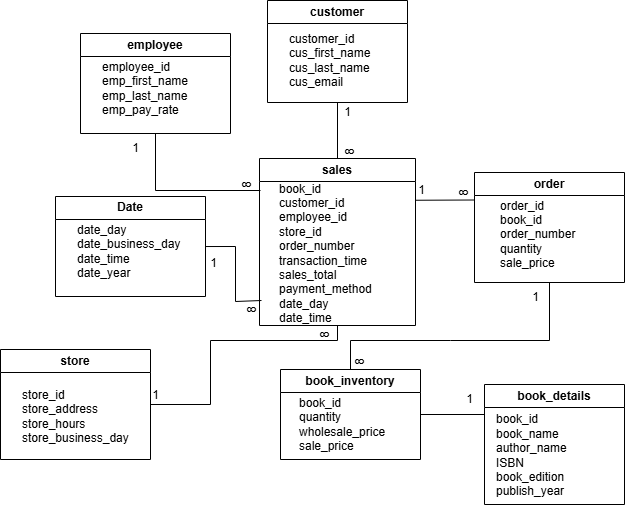
This is 02_activities/assignments/Assignmet2Promt2.png from ssadat92/sql, a draw.io export, as it was before one commit. Source tidied: cells renumbered, new cells last; positions are measured from the earlier drawing's top-left corner, leaving out a move shared by most shapes. Its diagram source:
```xml
<mxGraphModel>
  <root>
    <mxCell id="0" />
    <mxCell id="1" parent="0" />
    <mxCell id="2" value="employee" style="swimlane;whiteSpace=wrap;html=1;" parent="1" vertex="1">
      <mxGeometry x="80" y="33" width="150" height="100" as="geometry" />
    </mxCell>
    <mxCell id="3" value="employee_id&lt;br&gt;&lt;div&gt;emp_first_name&lt;/div&gt;&lt;div&gt;emp_last_name&lt;/div&gt;&lt;div&gt;emp_pay_rate&lt;/div&gt;" style="text;html=1;align=left;verticalAlign=middle;strokeColor=none;fillColor=none;" parent="2" vertex="1">
      <mxGeometry x="20" y="20" width="110" height="70" as="geometry" />
    </mxCell>
    <mxCell id="4" value="book_inventory" style="swimlane;whiteSpace=wrap;html=1;" parent="1" vertex="1">
      <mxGeometry x="280" y="369" width="140" height="90" as="geometry" />
    </mxCell>
    <mxCell id="5" value="book_id&lt;br&gt;&lt;div&gt;quantity&lt;/div&gt;&lt;div&gt;wholesale_price&lt;/div&gt;&lt;div&gt;sale_price&lt;/div&gt;" style="text;html=1;align=left;verticalAlign=middle;strokeColor=none;fillColor=none;" parent="4" vertex="1">
      <mxGeometry x="17" y="20" width="110" height="70" as="geometry" />
    </mxCell>
    <mxCell id="6" value="customer" style="swimlane;whiteSpace=wrap;html=1;" parent="1" vertex="1">
      <mxGeometry x="267" width="140" height="102" as="geometry" />
    </mxCell>
    <mxCell id="7" value="customer_id&lt;br&gt;&lt;div&gt;cus_first_name&lt;/div&gt;&lt;div&gt;cus_last_name&lt;/div&gt;&lt;div&gt;cus_email&lt;/div&gt;" style="text;html=1;align=left;verticalAlign=middle;strokeColor=none;fillColor=none;" parent="6" vertex="1">
      <mxGeometry x="20" y="25" width="100" height="70" as="geometry" />
    </mxCell>
    <mxCell id="8" value="sales" style="swimlane;whiteSpace=wrap;html=1;" parent="1" vertex="1">
      <mxGeometry x="259" y="158" width="156" height="167" as="geometry" />
    </mxCell>
    <mxCell id="9" value="book_id&lt;div&gt;customer_id&lt;/div&gt;&lt;div&gt;employee_id&lt;/div&gt;&lt;div&gt;store_id&lt;/div&gt;&lt;div&gt;order_number&lt;/div&gt;&lt;div&gt;transaction_time&lt;/div&gt;&lt;div&gt;sales_total&lt;/div&gt;&lt;div&gt;payment_method&lt;/div&gt;&lt;div&gt;date_day&lt;/div&gt;&lt;div&gt;date_time&lt;/div&gt;" style="text;html=1;align=left;verticalAlign=middle;strokeColor=none;fillColor=none;" parent="8" vertex="1">
      <mxGeometry x="18" y="15" width="120" height="160" as="geometry" />
    </mxCell>
    <mxCell id="10" value="order" style="swimlane;whiteSpace=wrap;html=1;" parent="1" vertex="1">
      <mxGeometry x="474" y="172" width="150" height="110" as="geometry" />
    </mxCell>
    <mxCell id="11" value="order_id&lt;div&gt;book_id&lt;/div&gt;&lt;div&gt;order_number&lt;/div&gt;&lt;div&gt;quantity&lt;/div&gt;&lt;div&gt;sale_price&lt;/div&gt;" style="text;html=1;align=left;verticalAlign=middle;strokeColor=none;fillColor=none;" parent="10" vertex="1">
      <mxGeometry x="24" y="17" width="100" height="90" as="geometry" />
    </mxCell>
    <mxCell id="12" value="book_details" style="swimlane;whiteSpace=wrap;html=1;" parent="1" vertex="1">
      <mxGeometry x="484" y="384" width="140" height="120" as="geometry" />
    </mxCell>
    <mxCell id="13" value="book_id&lt;br&gt;&lt;div&gt;book_name&lt;/div&gt;&lt;div&gt;author_name&lt;/div&gt;&lt;div&gt;ISBN&lt;/div&gt;&lt;div&gt;book_edition&lt;/div&gt;&lt;div&gt;publish_year&lt;/div&gt;" style="text;html=1;align=left;verticalAlign=middle;strokeColor=none;fillColor=none;" parent="12" vertex="1">
      <mxGeometry x="10" y="21" width="90" height="100" as="geometry" />
    </mxCell>
    <mxCell id="14" style="endArrow=none;html=1;rounded=0;exitX=1;exitY=0.5;exitDx=0;exitDy=0;entryX=0;entryY=0.25;entryDx=0;entryDy=0;" parent="1" edge="1" source="4" target="12">
      <mxGeometry relative="1" as="geometry" />
    </mxCell>
    <mxCell id="15" style="endArrow=none;html=1;rounded=0;entryX=0;entryY=0.25;entryDx=0;entryDy=0;exitX=1;exitY=0.25;exitDx=0;exitDy=0;" parent="1" edge="1" source="8" target="10">
      <mxGeometry relative="1" as="geometry" />
    </mxCell>
    <mxCell id="16" style="endArrow=none;html=1;rounded=0;exitX=0.5;exitY=0;exitDx=0;exitDy=0;entryX=0.5;entryY=1;entryDx=0;entryDy=0;" parent="1" edge="1" source="4" target="10">
      <mxGeometry relative="1" as="geometry">
        <Array as="points">
          <mxPoint x="350" y="340" />
          <mxPoint x="450" y="340" />
          <mxPoint x="549" y="340" />
        </Array>
      </mxGeometry>
    </mxCell>
    <mxCell id="17" value="store" style="swimlane;whiteSpace=wrap;html=1;" parent="1" vertex="1">
      <mxGeometry y="349" width="150" height="110" as="geometry" />
    </mxCell>
    <mxCell id="18" value="store_id&lt;br&gt;&lt;div&gt;store_address&lt;/div&gt;&lt;div&gt;store_hours&lt;/div&gt;&lt;div&gt;store_business_day&lt;/div&gt;" style="text;html=1;align=left;verticalAlign=middle;strokeColor=none;fillColor=none;" parent="17" vertex="1">
      <mxGeometry x="20" y="32" width="130" height="70" as="geometry" />
    </mxCell>
    <mxCell id="19" value="Date" style="swimlane;whiteSpace=wrap;html=1;" parent="1" vertex="1">
      <mxGeometry x="55" y="196" width="150" height="100" as="geometry" />
    </mxCell>
    <mxCell id="20" value="date_day&lt;div&gt;date_business_day&lt;/div&gt;&lt;div&gt;date_time&lt;/div&gt;&lt;div&gt;date_year&lt;/div&gt;" style="text;html=1;align=left;verticalAlign=middle;points=[];strokeColor=none;fillColor=none;" parent="19" vertex="1">
      <mxGeometry x="20" y="20" width="130" height="70" as="geometry" />
    </mxCell>
    <mxCell id="21" style="endArrow=none;html=1;rounded=0;exitX=1;exitY=0.429;exitDx=0;exitDy=0;exitPerimeter=0;entryX=0;entryY=0.5;entryDx=0;entryDy=0;" parent="1" edge="1" source="20">
      <mxGeometry relative="1" as="geometry">
        <mxPoint x="261" y="300" as="targetPoint" />
        <Array as="points">
          <mxPoint x="235" y="246" />
          <mxPoint x="235" y="301" />
        </Array>
      </mxGeometry>
    </mxCell>
    <mxCell id="22" style="endArrow=none;html=1;rounded=0;entryX=0.5;entryY=1;entryDx=0;entryDy=0;exitX=0.5;exitY=0;exitDx=0;exitDy=0;" parent="1" edge="1" source="8" target="6">
      <mxGeometry relative="1" as="geometry" />
    </mxCell>
    <mxCell id="23" value="1" style="text;html=1;align=center;verticalAlign=middle;strokeColor=none;fillColor=none;" parent="1" vertex="1">
      <mxGeometry x="120" y="133" width="30" height="30" as="geometry" />
    </mxCell>
    <mxCell id="24" style="endArrow=none;html=1;rounded=0;exitX=1;exitY=0.5;exitDx=0;exitDy=0;entryX=0.5;entryY=1;entryDx=0;entryDy=0;" parent="1" edge="1" source="17" target="8">
      <mxGeometry relative="1" as="geometry">
        <Array as="points">
          <mxPoint x="210" y="404" />
          <mxPoint x="210" y="340" />
          <mxPoint x="337" y="340" />
        </Array>
      </mxGeometry>
    </mxCell>
    <mxCell id="25" value="1" style="text;html=1;align=center;verticalAlign=middle;strokeColor=none;fillColor=none;" parent="1" vertex="1">
      <mxGeometry x="140" y="380" width="30" height="30" as="geometry" />
    </mxCell>
    <mxCell id="26" value="1" style="text;html=1;align=center;verticalAlign=middle;strokeColor=none;fillColor=none;" parent="1" vertex="1">
      <mxGeometry x="332" y="97" width="30" height="30" as="geometry" />
    </mxCell>
    <mxCell id="27" value="1" style="text;html=1;align=center;verticalAlign=middle;strokeColor=none;fillColor=none;" parent="1" vertex="1">
      <mxGeometry x="454" y="384" width="30" height="30" as="geometry" />
    </mxCell>
    <mxCell id="28" value="1" style="text;html=1;align=center;verticalAlign=middle;strokeColor=none;fillColor=none;" parent="1" vertex="1">
      <mxGeometry x="406" y="175" width="30" height="30" as="geometry" />
    </mxCell>
    <mxCell id="29" value="1" style="text;html=1;align=center;verticalAlign=middle;strokeColor=none;fillColor=none;" parent="1" vertex="1">
      <mxGeometry x="198" y="248" width="30" height="30" as="geometry" />
    </mxCell>
    <mxCell id="30" value="1" style="text;html=1;align=center;verticalAlign=middle;strokeColor=none;fillColor=none;" parent="1" vertex="1">
      <mxGeometry x="520" y="282" width="30" height="30" as="geometry" />
    </mxCell>
    <mxCell id="31" value="8" style="text;html=1;align=center;verticalAlign=middle;strokeColor=none;fillColor=none;rotation=-90;" parent="1" vertex="1">
      <mxGeometry x="345" y="347" width="30" height="30" as="geometry" />
    </mxCell>
    <mxCell id="32" value="8" style="text;html=1;align=center;verticalAlign=middle;strokeColor=none;fillColor=none;rotation=-90;" parent="1" vertex="1">
      <mxGeometry x="310" y="320" width="30" height="30" as="geometry" />
    </mxCell>
    <mxCell id="33" value="8" style="text;html=1;align=center;verticalAlign=middle;strokeColor=none;fillColor=none;rotation=-90;" parent="1" vertex="1">
      <mxGeometry x="449" y="178" width="30" height="30" as="geometry" />
    </mxCell>
    <mxCell id="34" value="8" style="text;html=1;align=center;verticalAlign=middle;strokeColor=none;fillColor=none;rotation=-90;" parent="1" vertex="1">
      <mxGeometry x="335" y="137" width="30" height="30" as="geometry" />
    </mxCell>
    <mxCell id="35" value="8" style="text;html=1;align=center;verticalAlign=middle;strokeColor=none;fillColor=none;rotation=-90;" parent="1" vertex="1">
      <mxGeometry x="232" y="170" width="30" height="30" as="geometry" />
    </mxCell>
    <mxCell id="36" value="8" style="text;html=1;align=center;verticalAlign=middle;points=[];strokeColor=none;fillColor=none;rotation=-90;" parent="1" vertex="1">
      <mxGeometry x="237" y="295" width="30" height="30" as="geometry" />
    </mxCell>
    <mxCell id="37" style="endArrow=none;html=1;rounded=0;entryX=0.5;entryY=1;entryDx=0;entryDy=0;" parent="1" edge="1" target="2">
      <mxGeometry relative="1" as="geometry">
        <mxPoint x="260" y="190" as="sourcePoint" />
        <Array as="points">
          <mxPoint x="155" y="190" />
        </Array>
      </mxGeometry>
    </mxCell>
  </root>
</mxGraphModel>
```
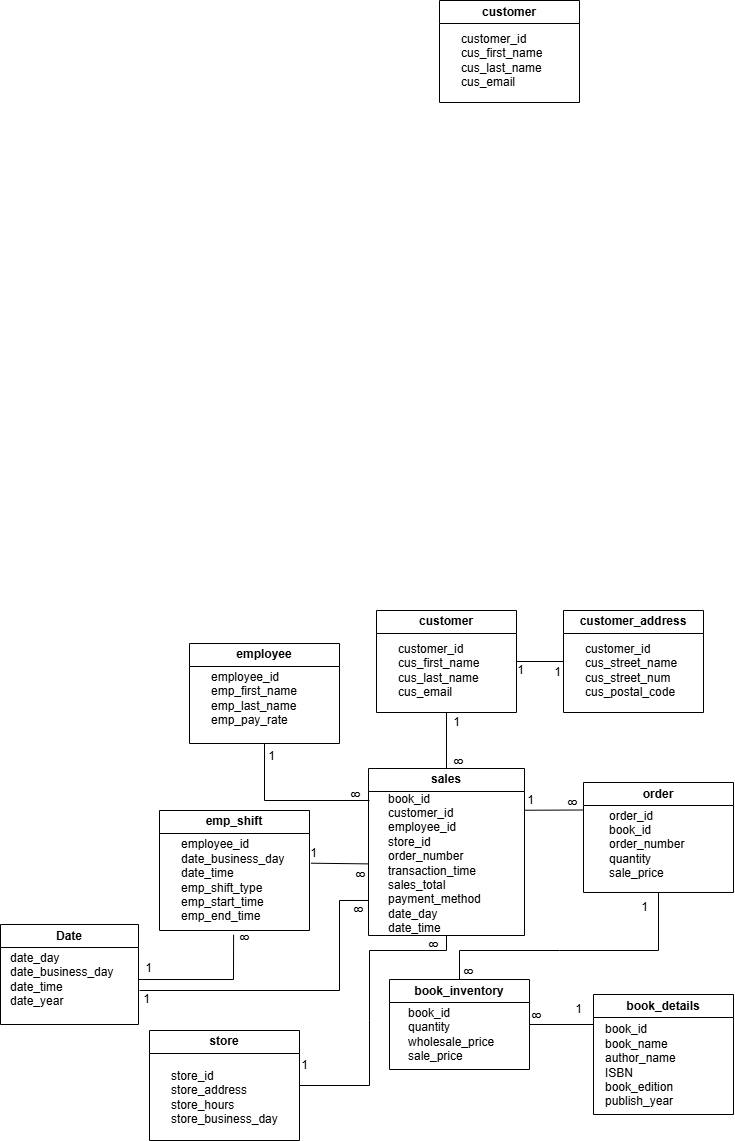
After the change.

Diff of the diagram source:
```diff
@@ -54,43 +54,35 @@
       </mxGeometry>
     </mxCell>
     <mxCell id="17" value="store" style="swimlane;whiteSpace=wrap;html=1;" parent="1" vertex="1">
-      <mxGeometry y="349" width="150" height="110" as="geometry" />
+      <mxGeometry x="40" y="420" width="150" height="110" as="geometry" />
     </mxCell>
     <mxCell id="18" value="store_id&lt;br&gt;&lt;div&gt;store_address&lt;/div&gt;&lt;div&gt;store_hours&lt;/div&gt;&lt;div&gt;store_business_day&lt;/div&gt;" style="text;html=1;align=left;verticalAlign=middle;strokeColor=none;fillColor=none;" parent="17" vertex="1">
       <mxGeometry x="20" y="32" width="130" height="70" as="geometry" />
     </mxCell>
     <mxCell id="19" value="Date" style="swimlane;whiteSpace=wrap;html=1;" parent="1" vertex="1">
-      <mxGeometry x="55" y="196" width="150" height="100" as="geometry" />
+      <mxGeometry x="-109" y="314" width="138" height="100" as="geometry" />
     </mxCell>
     <mxCell id="20" value="date_day&lt;div&gt;date_business_day&lt;/div&gt;&lt;div&gt;date_time&lt;/div&gt;&lt;div&gt;date_year&lt;/div&gt;" style="text;html=1;align=left;verticalAlign=middle;points=[];strokeColor=none;fillColor=none;" parent="19" vertex="1">
-      <mxGeometry x="20" y="20" width="130" height="70" as="geometry" />
+      <mxGeometry x="8" y="20" width="130" height="70" as="geometry" />
     </mxCell>
-    <mxCell id="21" style="endArrow=none;html=1;rounded=0;exitX=1;exitY=0.429;exitDx=0;exitDy=0;exitPerimeter=0;entryX=0;entryY=0.5;entryDx=0;entryDy=0;" parent="1" edge="1" source="20">
-      <mxGeometry relative="1" as="geometry">
-        <mxPoint x="261" y="300" as="targetPoint" />
-        <Array as="points">
-          <mxPoint x="235" y="246" />
-          <mxPoint x="235" y="301" />
-        </Array>
-      </mxGeometry>
-    </mxCell>
     <mxCell id="22" style="endArrow=none;html=1;rounded=0;entryX=0.5;entryY=1;entryDx=0;entryDy=0;exitX=0.5;exitY=0;exitDx=0;exitDy=0;" parent="1" edge="1" source="8" target="6">
       <mxGeometry relative="1" as="geometry" />
     </mxCell>
     <mxCell id="23" value="1" style="text;html=1;align=center;verticalAlign=middle;strokeColor=none;fillColor=none;" parent="1" vertex="1">
-      <mxGeometry x="120" y="133" width="30" height="30" as="geometry" />
+      <mxGeometry x="147" y="131" width="30" height="30" as="geometry" />
     </mxCell>
     <mxCell id="24" style="endArrow=none;html=1;rounded=0;exitX=1;exitY=0.5;exitDx=0;exitDy=0;entryX=0.5;entryY=1;entryDx=0;entryDy=0;" parent="1" edge="1" source="17" target="8">
       <mxGeometry relative="1" as="geometry">
         <Array as="points">
-          <mxPoint x="210" y="404" />
-          <mxPoint x="210" y="340" />
+          <mxPoint x="260" y="475" />
+          <mxPoint x="260" y="410" />
+          <mxPoint x="260" y="340" />
           <mxPoint x="337" y="340" />
         </Array>
       </mxGeometry>
     </mxCell>
     <mxCell id="25" value="1" style="text;html=1;align=center;verticalAlign=middle;strokeColor=none;fillColor=none;" parent="1" vertex="1">
-      <mxGeometry x="140" y="380" width="30" height="30" as="geometry" />
+      <mxGeometry x="180" y="440" width="30" height="30" as="geometry" />
     </mxCell>
     <mxCell id="26" value="1" style="text;html=1;align=center;verticalAlign=middle;strokeColor=none;fillColor=none;" parent="1" vertex="1">
       <mxGeometry x="332" y="97" width="30" height="30" as="geometry" />
@@ -101,9 +93,6 @@
     <mxCell id="28" value="1" style="text;html=1;align=center;verticalAlign=middle;strokeColor=none;fillColor=none;" parent="1" vertex="1">
       <mxGeometry x="406" y="175" width="30" height="30" as="geometry" />
     </mxCell>
-    <mxCell id="29" value="1" style="text;html=1;align=center;verticalAlign=middle;strokeColor=none;fillColor=none;" parent="1" vertex="1">
-      <mxGeometry x="198" y="248" width="30" height="30" as="geometry" />
-    </mxCell>
     <mxCell id="30" value="1" style="text;html=1;align=center;verticalAlign=middle;strokeColor=none;fillColor=none;" parent="1" vertex="1">
       <mxGeometry x="520" y="282" width="30" height="30" as="geometry" />
     </mxCell>
@@ -123,7 +112,7 @@
       <mxGeometry x="232" y="170" width="30" height="30" as="geometry" />
     </mxCell>
     <mxCell id="36" value="8" style="text;html=1;align=center;verticalAlign=middle;points=[];strokeColor=none;fillColor=none;rotation=-90;" parent="1" vertex="1">
-      <mxGeometry x="237" y="295" width="30" height="30" as="geometry" />
+      <mxGeometry x="237" y="250" width="30" height="30" as="geometry" />
     </mxCell>
     <mxCell id="37" style="endArrow=none;html=1;rounded=0;entryX=0.5;entryY=1;entryDx=0;entryDy=0;" parent="1" edge="1" target="2">
       <mxGeometry relative="1" as="geometry">
@@ -133,5 +122,70 @@
         </Array>
       </mxGeometry>
     </mxCell>
+    <mxCell id="38" value="customer" style="swimlane;whiteSpace=wrap;html=1;" parent="1" vertex="1">
+      <mxGeometry x="330" y="-610" width="140" height="102" as="geometry" />
+    </mxCell>
+    <mxCell id="39" value="customer_id&lt;br&gt;&lt;div&gt;cus_first_name&lt;/div&gt;&lt;div&gt;cus_last_name&lt;/div&gt;&lt;div&gt;cus_email&lt;/div&gt;" style="text;html=1;align=left;verticalAlign=middle;strokeColor=none;fillColor=none;" parent="38" vertex="1">
+      <mxGeometry x="20" y="25" width="100" height="70" as="geometry" />
+    </mxCell>
+    <mxCell id="40" value="customer_address" style="swimlane;whiteSpace=wrap;html=1;" parent="1" vertex="1">
+      <mxGeometry x="454" width="140" height="102" as="geometry" />
+    </mxCell>
+    <mxCell id="41" value="customer_id&lt;br&gt;&lt;div&gt;cus_street_name&lt;/div&gt;&lt;div&gt;cus_street_num&lt;/div&gt;&lt;div&gt;cus_postal_code&lt;/div&gt;" style="text;html=1;align=left;verticalAlign=middle;strokeColor=none;fillColor=none;" parent="40" vertex="1">
+      <mxGeometry x="20" y="25" width="120" height="70" as="geometry" />
+    </mxCell>
+    <mxCell id="42" value="emp_shift" style="swimlane;whiteSpace=wrap;html=1;" parent="1" vertex="1">
+      <mxGeometry x="50" y="200" width="150" height="120" as="geometry" />
+    </mxCell>
+    <mxCell id="43" value="employee_id&lt;br&gt;&lt;div&gt;date_business_day&lt;/div&gt;&lt;div&gt;date_time&lt;/div&gt;&lt;div&gt;emp_shift_typ&lt;span style=&quot;background-color: transparent; color: light-dark(rgb(0, 0, 0), rgb(255, 255, 255));&quot;&gt;e&lt;/span&gt;&lt;/div&gt;&lt;div&gt;&lt;span style=&quot;background-color: transparent; color: light-dark(rgb(0, 0, 0), rgb(255, 255, 255));&quot;&gt;emp_start_time&lt;/span&gt;&lt;/div&gt;&lt;div&gt;&lt;span style=&quot;background-color: transparent; color: light-dark(rgb(0, 0, 0), rgb(255, 255, 255));&quot;&gt;emp_end_time&lt;/span&gt;&lt;/div&gt;" style="text;html=1;align=left;verticalAlign=middle;points=[];strokeColor=none;fillColor=none;" parent="42" vertex="1">
+      <mxGeometry x="20" y="20" width="130" height="100" as="geometry" />
+    </mxCell>
+    <mxCell id="44" style="endArrow=none;html=1;rounded=0;exitX=1.011;exitY=0.327;exitDx=0;exitDy=0;exitPerimeter=0;entryX=0.887;entryY=0.723;entryDx=0;entryDy=0;entryPerimeter=0;" parent="1" edge="1" source="43" target="36">
+      <mxGeometry relative="1" as="geometry" />
+    </mxCell>
+    <mxCell id="45" style="endArrow=none;html=1;rounded=0;" parent="1" edge="1">
+      <mxGeometry relative="1" as="geometry">
+        <mxPoint x="30" y="380" as="sourcePoint" />
+        <mxPoint x="259" y="290" as="targetPoint" />
+        <Array as="points">
+          <mxPoint x="230" y="380" />
+          <mxPoint x="230" y="290" />
+        </Array>
+      </mxGeometry>
+    </mxCell>
+    <mxCell id="46" style="endArrow=none;html=1;rounded=0;entryX=0.416;entryY=1.042;entryDx=0;entryDy=0;entryPerimeter=0;" parent="1" edge="1" source="20" target="43">
+      <mxGeometry relative="1" as="geometry">
+        <Array as="points">
+          <mxPoint x="124" y="369" />
+        </Array>
+      </mxGeometry>
+    </mxCell>
+    <mxCell id="47" value="1" style="text;html=1;align=center;verticalAlign=middle;strokeColor=none;fillColor=none;" parent="1" vertex="1">
+      <mxGeometry x="189" y="228" width="30" height="30" as="geometry" />
+    </mxCell>
+    <mxCell id="48" value="1" style="text;html=1;align=center;verticalAlign=middle;strokeColor=none;fillColor=none;" parent="1" vertex="1">
+      <mxGeometry x="24" y="343" width="30" height="30" as="geometry" />
+    </mxCell>
+    <mxCell id="49" value="1" style="text;html=1;align=center;verticalAlign=middle;strokeColor=none;fillColor=none;" parent="1" vertex="1">
+      <mxGeometry x="22" y="374" width="30" height="30" as="geometry" />
+    </mxCell>
+    <mxCell id="50" value="8" style="text;html=1;align=center;verticalAlign=middle;strokeColor=none;fillColor=none;rotation=-90;" parent="1" vertex="1">
+      <mxGeometry x="235" y="285" width="30" height="30" as="geometry" />
+    </mxCell>
+    <mxCell id="51" value="8" style="text;html=1;align=center;verticalAlign=middle;strokeColor=none;fillColor=none;rotation=-90;" parent="1" vertex="1">
+      <mxGeometry x="121" y="313" width="30" height="30" as="geometry" />
+    </mxCell>
+    <mxCell id="52" value="8" style="text;html=1;align=center;verticalAlign=middle;strokeColor=none;fillColor=none;rotation=-90;" parent="1" vertex="1">
+      <mxGeometry x="413" y="391" width="30" height="30" as="geometry" />
+    </mxCell>
+    <mxCell id="53" style="endArrow=none;html=1;rounded=0;entryX=0;entryY=0.5;entryDx=0;entryDy=0;exitX=1;exitY=0.5;exitDx=0;exitDy=0;" parent="1" edge="1" source="6" target="40">
+      <mxGeometry relative="1" as="geometry" />
+    </mxCell>
+    <mxCell id="54" value="1" style="text;html=1;align=center;verticalAlign=middle;strokeColor=none;fillColor=none;" parent="1" vertex="1">
+      <mxGeometry x="396" y="45" width="30" height="30" as="geometry" />
+    </mxCell>
+    <mxCell id="55" value="1" style="text;html=1;align=center;verticalAlign=middle;strokeColor=none;fillColor=none;" parent="1" vertex="1">
+      <mxGeometry x="433" y="47" width="30" height="30" as="geometry" />
+    </mxCell>
   </root>
 </mxGraphModel>
```
